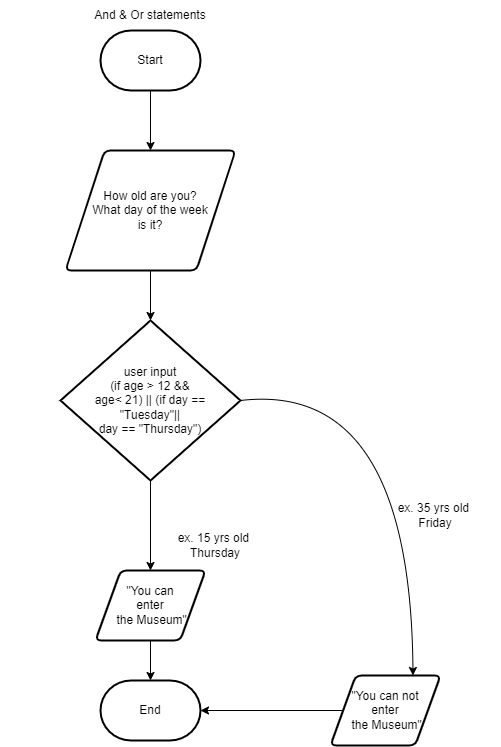
MikeyGloriani/ICS2O-Unit-5-04-JS keeps this draw.io diagram as design/flow-chart.png. Above is the earlier version. Source tidied: cells renumbered, new cells last; positions are measured from the earlier drawing's top-left corner, leaving out a move shared by most shapes.
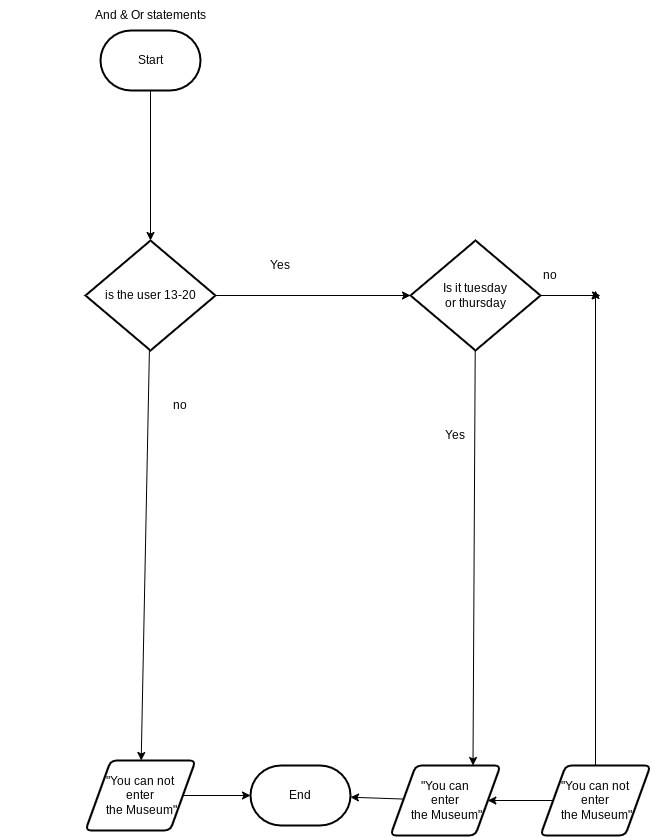
The same file after the commit.

Change to the diagram source:
```diff
@@ -2,54 +2,72 @@
   <root>
     <mxCell id="0" />
     <mxCell id="1" parent="0" />
-    <mxCell id="2" style="edgeStyle=none;html=1;" parent="1" edge="1" source="3" target="6">
-      <mxGeometry relative="1" as="geometry" />
-    </mxCell>
     <mxCell id="3" value="Start" style="strokeWidth=2;html=1;shape=mxgraph.flowchart.terminator;whiteSpace=wrap;" parent="1" vertex="1">
       <mxGeometry x="100" y="30" width="100" height="60" as="geometry" />
     </mxCell>
     <mxCell id="4" value="End" style="strokeWidth=2;html=1;shape=mxgraph.flowchart.terminator;whiteSpace=wrap;" parent="1" vertex="1">
-      <mxGeometry x="100" y="680" width="100" height="60" as="geometry" />
+      <mxGeometry x="250" y="765" width="100" height="60" as="geometry" />
     </mxCell>
-    <mxCell id="5" style="edgeStyle=none;html=1;entryX=0.5;entryY=0;entryDx=0;entryDy=0;entryPerimeter=0;" parent="1" edge="1" source="6" target="8">
+    <mxCell id="5" style="edgeStyle=none;html=1;entryX=0.5;entryY=0;entryDx=0;entryDy=0;entryPerimeter=0;exitX=0.5;exitY=1;exitDx=0;exitDy=0;exitPerimeter=0;" parent="1" edge="1" source="3" target="8">
       <mxGeometry relative="1" as="geometry" />
     </mxCell>
-    <mxCell id="6" value="How old are you?&lt;br&gt;What day of the week &lt;br&gt;is it?" style="shape=parallelogram;html=1;strokeWidth=2;perimeter=parallelogramPerimeter;whiteSpace=wrap;rounded=1;arcSize=12;size=0.23;" parent="1" vertex="1">
-      <mxGeometry x="65" y="150" width="170" height="120" as="geometry" />
-    </mxCell>
-    <mxCell id="7" style="edgeStyle=none;html=1;entryX=0.5;entryY=0;entryDx=0;entryDy=0;" parent="1" edge="1" source="8" target="10">
-      <mxGeometry relative="1" as="geometry" />
-    </mxCell>
+    <mxCell id="17" style="edgeStyle=none;html=1;entryX=0;entryY=0.5;entryDx=0;entryDy=0;entryPerimeter=0;" parent="1" edge="1" source="8" target="16">
+      <mxGeometry relative="1" as="geometry" />
+    </mxCell>
+    <mxCell id="18" style="edgeStyle=none;html=1;" parent="1" edge="1" source="8" target="12">
+      <mxGeometry relative="1" as="geometry" />
+    </mxCell>
-    <mxCell id="8" value="user input&lt;br&gt;(if age &amp;gt; 12 &amp;amp;&amp;amp; &lt;br&gt;age&amp;lt; 21) || (if day ==&lt;br&gt;&quot;Tuesday&quot;|| &lt;br&gt;day == &quot;Thursday&quot;)" style="strokeWidth=2;html=1;shape=mxgraph.flowchart.decision;whiteSpace=wrap;" parent="1" vertex="1">
-      <mxGeometry x="60" y="320" width="180" height="160" as="geometry" />
+    <mxCell id="8" value="is the user 13-20" style="strokeWidth=2;html=1;shape=mxgraph.flowchart.decision;whiteSpace=wrap;" parent="1" vertex="1">
+      <mxGeometry x="85" y="240" width="130" height="110" as="geometry" />
     </mxCell>
     <mxCell id="9" style="edgeStyle=none;html=1;" parent="1" edge="1" source="10" target="4">
       <mxGeometry relative="1" as="geometry" />
     </mxCell>
     <mxCell id="10" value="&quot;You can &lt;br&gt;enter&lt;br&gt;&amp;nbsp;the Museum&quot;" style="shape=parallelogram;html=1;strokeWidth=2;perimeter=parallelogramPerimeter;whiteSpace=wrap;rounded=1;arcSize=12;size=0.23;" parent="1" vertex="1">
-      <mxGeometry x="95" y="570" width="110" height="70" as="geometry" />
+      <mxGeometry x="390" y="765" width="110" height="70" as="geometry" />
     </mxCell>
     <mxCell id="11" style="edgeStyle=none;html=1;" parent="1" edge="1" source="12" target="4">
       <mxGeometry relative="1" as="geometry" />
     </mxCell>
     <mxCell id="12" value="&quot;You can not&lt;br&gt;enter&lt;br&gt;&amp;nbsp;the Museum&quot;" style="shape=parallelogram;html=1;strokeWidth=2;perimeter=parallelogramPerimeter;whiteSpace=wrap;rounded=1;arcSize=12;size=0.23;" parent="1" vertex="1">
-      <mxGeometry x="330" y="675" width="110" height="70" as="geometry" />
+      <mxGeometry x="85" y="760" width="110" height="70" as="geometry" />
     </mxCell>
     <mxCell id="13" value="And &amp;amp; Or statements" style="text;html=1;strokeColor=none;fillColor=none;align=center;verticalAlign=middle;whiteSpace=wrap;rounded=0;" parent="1" vertex="1">
       <mxGeometry width="300" height="30" as="geometry" />
     </mxCell>
-    <mxCell id="14" value="ex. 15 yrs old&amp;nbsp;&lt;br&gt;Thursday" style="text;html=1;strokeColor=none;fillColor=none;align=center;verticalAlign=middle;whiteSpace=wrap;rounded=0;" parent="1" vertex="1">
-      <mxGeometry x="150" y="530" width="130" height="30" as="geometry" />
-    </mxCell>
-    <mxCell id="15" value="ex. 35 yrs old&amp;nbsp;&lt;br&gt;Friday" style="text;html=1;strokeColor=none;fillColor=none;align=center;verticalAlign=middle;whiteSpace=wrap;rounded=0;" parent="1" vertex="1">
-      <mxGeometry x="370" y="500" width="130" height="30" as="geometry" />
-    </mxCell>
+    <mxCell id="19" style="edgeStyle=none;html=1;entryX=0.75;entryY=0;entryDx=0;entryDy=0;" parent="1" edge="1" source="16" target="10">
+      <mxGeometry relative="1" as="geometry" />
+    </mxCell>
-    <mxCell id="16" style="curved=1;endArrow=classic;html=1;exitX=1;exitY=0.5;exitDx=0;exitDy=0;exitPerimeter=0;entryX=0.75;entryY=0;entryDx=0;entryDy=0;" parent="1" edge="1" source="8" target="12">
-      <mxGeometry relative="1" as="geometry">
-        <Array as="points">
-          <mxPoint x="410" y="380" />
-        </Array>
-      </mxGeometry>
+    <mxCell id="16" value="Is it tuesday &lt;br&gt;or thursday" style="strokeWidth=2;html=1;shape=mxgraph.flowchart.decision;whiteSpace=wrap;" parent="1" vertex="1">
+      <mxGeometry x="410" y="240" width="130" height="110" as="geometry" />
     </mxCell>
+    <mxCell id="20" value="Yes" style="text;html=1;strokeColor=none;fillColor=none;align=center;verticalAlign=middle;whiteSpace=wrap;rounded=0;" parent="1" vertex="1">
+      <mxGeometry x="250" y="250" width="60" height="30" as="geometry" />
+    </mxCell>
+    <mxCell id="21" value="Yes" style="text;html=1;strokeColor=none;fillColor=none;align=center;verticalAlign=middle;whiteSpace=wrap;rounded=0;" parent="1" vertex="1">
+      <mxGeometry x="425" y="420" width="60" height="30" as="geometry" />
+    </mxCell>
+    <mxCell id="22" style="edgeStyle=none;html=1;entryX=1;entryY=0.5;entryDx=0;entryDy=0;" parent="1" edge="1" source="24" target="10">
+      <mxGeometry relative="1" as="geometry" />
+    </mxCell>
+    <mxCell id="23" style="edgeStyle=none;html=1;" parent="1" edge="1" source="24">
+      <mxGeometry relative="1" as="geometry">
+        <mxPoint x="595" y="290" as="targetPoint" />
+      </mxGeometry>
+    </mxCell>
+    <mxCell id="24" value="&quot;You can not&lt;br&gt;enter&lt;br&gt;&amp;nbsp;the Museum&quot;" style="shape=parallelogram;html=1;strokeWidth=2;perimeter=parallelogramPerimeter;whiteSpace=wrap;rounded=1;arcSize=12;size=0.23;" parent="1" vertex="1">
+      <mxGeometry x="540" y="765" width="110" height="70" as="geometry" />
+    </mxCell>
+    <mxCell id="25" style="endArrow=classic;html=1;exitX=1;exitY=0.5;exitDx=0;exitDy=0;exitPerimeter=0;" parent="1" edge="1" source="16">
+      <mxGeometry relative="1" as="geometry">
+        <mxPoint x="600" y="295" as="targetPoint" />
+      </mxGeometry>
+    </mxCell>
+    <mxCell id="26" value="no" style="text;html=1;strokeColor=none;fillColor=none;align=center;verticalAlign=middle;whiteSpace=wrap;rounded=0;" parent="1" vertex="1">
+      <mxGeometry x="150" y="390" width="60" height="30" as="geometry" />
+    </mxCell>
+    <mxCell id="27" value="no" style="text;html=1;strokeColor=none;fillColor=none;align=center;verticalAlign=middle;whiteSpace=wrap;rounded=0;" parent="1" vertex="1">
+      <mxGeometry x="520" y="260" width="60" height="30" as="geometry" />
+    </mxCell>
   </root>
 </mxGraphModel>
```
